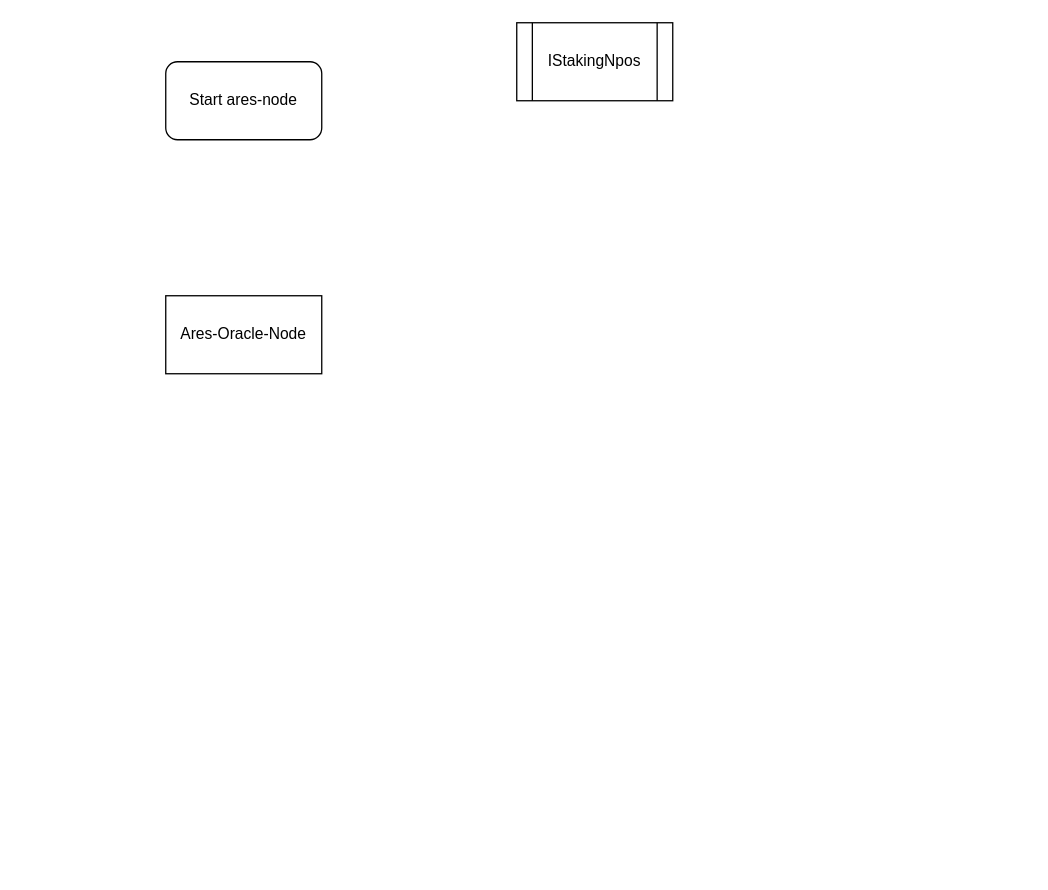
Before: page "Free Trade-price" (1 of 2) of Ares-Oracle.drawio in kami1983/umls, a draw.io diagram. Source tidied: cells renumbered, new cells numbered last; positions are measured from the earlier drawing's top-left corner, leaving out a move shared by most shapes. Both pictures are drawn from the tidied source at 130%, with x=0, y=0 at pixel (165, 22).
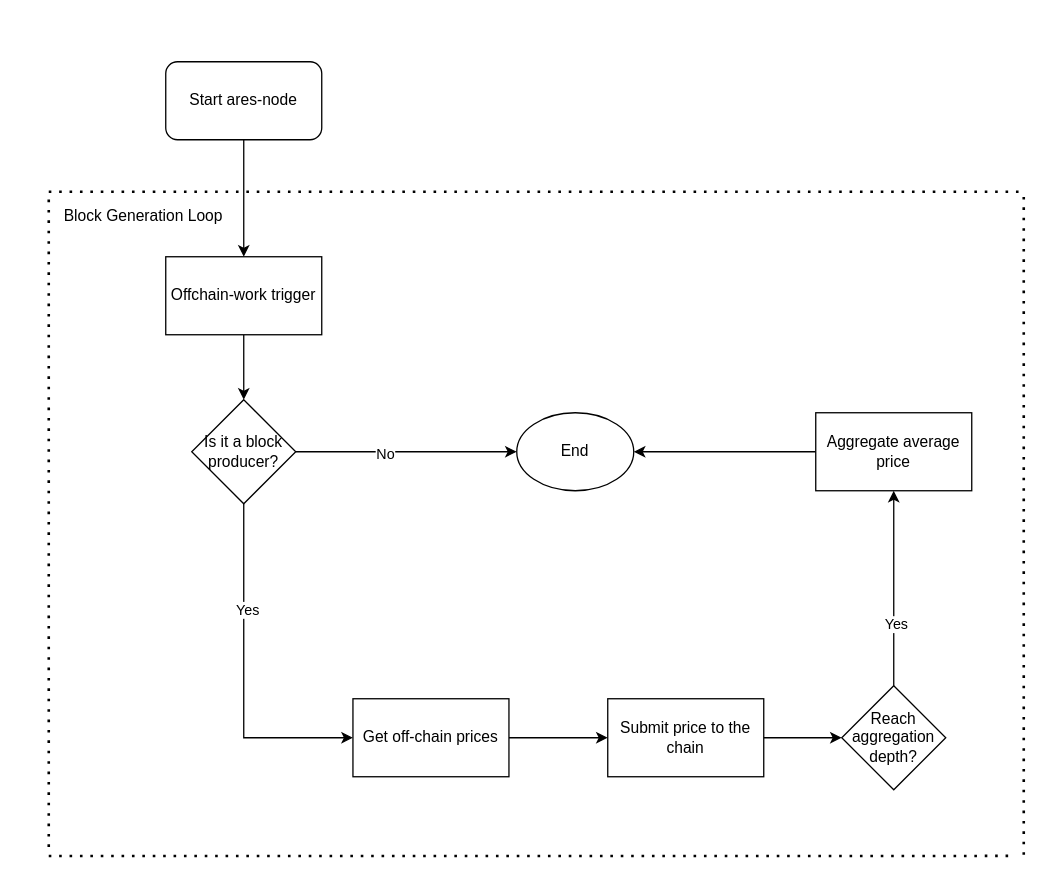
After the change.

Change to the diagram source:
```diff
@@
+    <mxCell id="5" style="edgeStyle=orthogonalEdgeStyle;rounded=0;jettySize=auto;html=1;" parent="1" edge="1" source="2" target="11">
+      <mxGeometry relative="1" as="geometry" />
+    </mxCell>
+    <mxCell id="6" style="edgeStyle=orthogonalEdgeStyle;rounded=0;jettySize=auto;html=1;" parent="1" edge="1" source="4" target="2">
+      <mxGeometry relative="1" as="geometry" />
+    </mxCell>
+    <mxCell id="4" value="Start ares-node" style="rounded=1;whiteSpace=wrap;html=1;" parent="1" vertex="1">
+      <mxGeometry y="30" width="120" height="60" as="geometry" />
+    </mxCell>
+    <mxCell id="7" style="edgeStyle=orthogonalEdgeStyle;rounded=0;jettySize=auto;html=1;exitX=0.5;exitY=1;exitDx=0;exitDy=0;entryX=0;entryY=0.5;entryDx=0;entryDy=0;" parent="1" edge="1" source="11" target="13">
+      <mxGeometry relative="1" as="geometry" />
+    </mxCell>
+    <mxCell id="8" value="Yes" style="edgeLabel;html=1;align=center;verticalAlign=middle;" parent="7" vertex="1">
+      <mxGeometry x="-0.39" y="2" relative="1" as="geometry" />
+    </mxCell>
+    <mxCell id="9" style="edgeStyle=orthogonalEdgeStyle;rounded=0;jettySize=auto;html=1;" parent="1" edge="1" source="11" target="26">
+      <mxGeometry relative="1" as="geometry" />
+    </mxCell>
+    <mxCell id="10" value="No" style="edgeLabel;html=1;align=center;verticalAlign=middle;" parent="9" vertex="1">
+      <mxGeometry x="-0.2" y="-1" relative="1" as="geometry" />
+    </mxCell>
+    <mxCell id="11" value="Is it a block producer?" style="rhombus;whiteSpace=wrap;html=1;" parent="1" vertex="1">
+      <mxGeometry x="20" y="290" width="80" height="80" as="geometry" />
+    </mxCell>
+    <mxCell id="12" style="edgeStyle=orthogonalEdgeStyle;rounded=0;jettySize=auto;html=1;" parent="1" edge="1" source="13" target="15">
+      <mxGeometry relative="1" as="geometry" />
+    </mxCell>
+    <mxCell id="13" value="Get off-chain prices" style="rounded=0;whiteSpace=wrap;html=1;" parent="1" vertex="1">
+      <mxGeometry x="144" y="520" width="120" height="60" as="geometry" />
+    </mxCell>
+    <mxCell id="14" style="edgeStyle=orthogonalEdgeStyle;rounded=0;jettySize=auto;html=1;" parent="1" edge="1" source="15" target="18">
+      <mxGeometry relative="1" as="geometry" />
+    </mxCell>
+    <mxCell id="15" value="Submit price to the chain" style="rounded=0;whiteSpace=wrap;html=1;" parent="1" vertex="1">
+      <mxGeometry x="340" y="520" width="120" height="60" as="geometry" />
+    </mxCell>
+    <mxCell id="16" style="edgeStyle=orthogonalEdgeStyle;rounded=0;jettySize=auto;html=1;" parent="1" edge="1" source="18" target="20">
+      <mxGeometry relative="1" as="geometry" />
+    </mxCell>
+    <mxCell id="17" value="Yes" style="edgeLabel;html=1;align=center;verticalAlign=middle;" parent="16" vertex="1">
+      <mxGeometry x="-0.36" y="-1" relative="1" as="geometry" />
+    </mxCell>
+    <mxCell id="18" value="Reach aggregation depth?" style="rhombus;whiteSpace=wrap;html=1;" parent="1" vertex="1">
+      <mxGeometry x="520" y="510" width="80" height="80" as="geometry" />
+    </mxCell>
+    <mxCell id="19" style="edgeStyle=orthogonalEdgeStyle;rounded=0;jettySize=auto;html=1;entryX=1;entryY=0.5;entryDx=0;entryDy=0;" parent="1" edge="1" source="20" target="26">
+      <mxGeometry relative="1" as="geometry" />
+    </mxCell>
+    <mxCell id="20" value="Aggregate average price" style="rounded=0;whiteSpace=wrap;html=1;" parent="1" vertex="1">
+      <mxGeometry x="500" y="300" width="120" height="60" as="geometry" />
+    </mxCell>
+    <mxCell id="21" style="group;" parent="1" vertex="1">
+      <mxGeometry x="-110" y="110" width="770" height="540" as="geometry" />
+    </mxCell>
+    <mxCell id="22" style="endArrow=none;dashed=1;html=1;dashPattern=1 3;strokeWidth=2;rounded=0;" parent="21" edge="1">
+      <mxGeometry relative="1" as="geometry">
+        <mxPoint x="20" y="20" as="sourcePoint" />
+        <mxPoint x="770" y="20" as="targetPoint" />
+      </mxGeometry>
+    </mxCell>
+    <mxCell id="23" style="endArrow=none;dashed=1;html=1;dashPattern=1 3;strokeWidth=2;rounded=0;" parent="21" edge="1">
+      <mxGeometry relative="1" as="geometry">
+        <mxPoint x="20" y="531" as="sourcePoint" />
+        <mxPoint x="763.4" y="530.9" as="targetPoint" />
+      </mxGeometry>
+    </mxCell>
+    <mxCell id="24" value="Block Generation Loop" style="text;whiteSpace=wrap;html=1;" parent="21" vertex="1">
+      <mxGeometry x="30" y="25" width="140" height="30" as="geometry" />
+    </mxCell>
-    <mxCell id="2" value="Ares-Oracle-Node" style="rounded=0;whiteSpace=wrap;html=1;" parent="1" vertex="1">
-      <mxGeometry y="210" width="120" height="60" as="geometry" />
+    <mxCell id="2" value="Offchain-work trigger" style="rounded=0;whiteSpace=wrap;html=1;" parent="21" vertex="1">
+      <mxGeometry x="110" y="70" width="120" height="60" as="geometry" />
     </mxCell>
-    <mxCell id="3" value="IStakingNpos" style="shape=process;whiteSpace=wrap;html=1;backgroundOutline=1;" parent="1" vertex="1">
-      <mxGeometry x="270" width="120" height="60" as="geometry" />
-    </mxCell>
-    <mxCell id="4" value="Start ares-node" style="rounded=1;whiteSpace=wrap;html=1;" parent="1" vertex="1">
-      <mxGeometry y="30" width="120" height="60" as="geometry" />
-    </mxCell>
+    <mxCell id="25" style="endArrow=none;dashed=1;html=1;dashPattern=1 3;strokeWidth=2;rounded=0;" parent="21" edge="1">
+      <mxGeometry relative="1" as="geometry">
+        <mxPoint x="20" y="524" as="sourcePoint" />
+        <mxPoint x="20" y="24" as="targetPoint" />
+      </mxGeometry>
+    </mxCell>
+    <mxCell id="26" value="End" style="ellipse;whiteSpace=wrap;html=1;" parent="21" vertex="1">
+      <mxGeometry x="380" y="190" width="90" height="60" as="geometry" />
+    </mxCell>
+    <mxCell id="27" style="endArrow=none;dashed=1;html=1;dashPattern=1 3;strokeWidth=2;rounded=0;" parent="1" edge="1">
+      <mxGeometry relative="1" as="geometry">
+        <mxPoint x="660" y="640" as="sourcePoint" />
+        <mxPoint x="660" y="130" as="targetPoint" />
+      </mxGeometry>
+    </mxCell>
```
